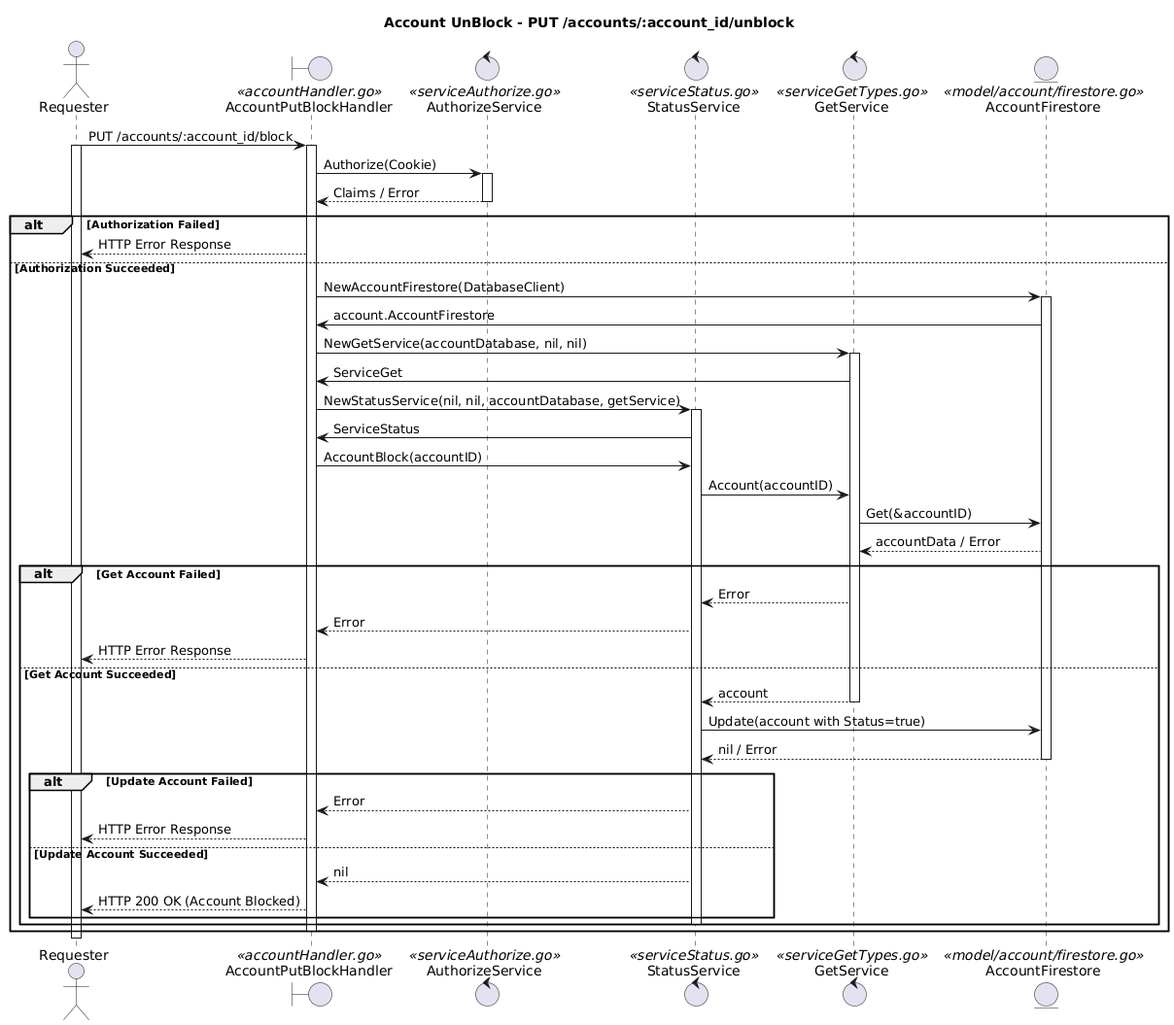
The PlantUML diagram docs/Un(Block)/SequenciaAccountUnblock.png in JulioKobayashiEbury/BankingAPI, before a commit.
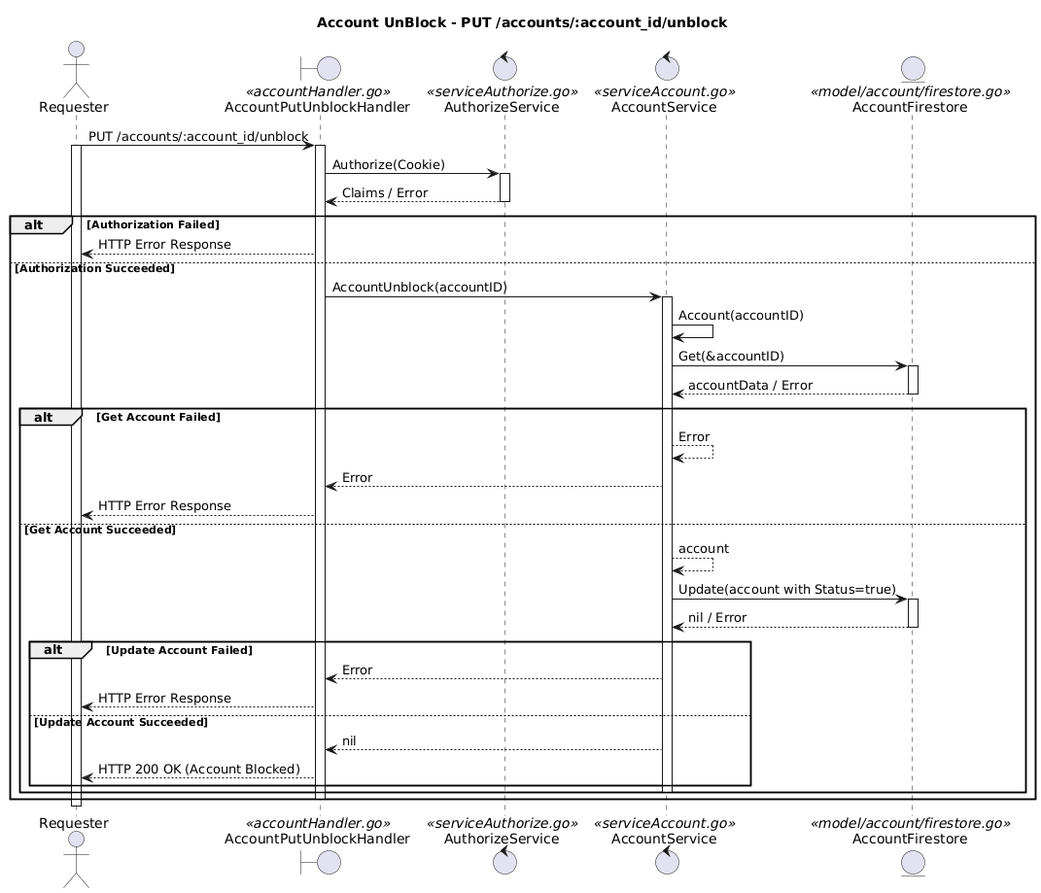
The same diagram one commit later.

Change to the diagram source:
```diff
@@ -2,55 +2,49 @@
 title Account UnBlock - PUT /accounts/:account_id/unblock
 
 actor Requester
-boundary AccountPutBlockHandler <<accountHandler.go>>
+boundary AccountPutUnblockHandler <<accountHandler.go>>
 control AuthorizeService <<serviceAuthorize.go>>
-control StatusService <<serviceStatus.go>>
-control GetService <<serviceGetTypes.go>>
+control AccountService <<serviceAccount.go>>
 entity AccountFirestore <<model/account/firestore.go>>
 
-Requester -> AccountPutBlockHandler : PUT /accounts/:account_id/block
+Requester -> AccountPutUnblockHandler : PUT /accounts/:account_id/unblock
 activate Requester
-activate AccountPutBlockHandler
-AccountPutBlockHandler -> AuthorizeService : Authorize(Cookie)
+activate AccountPutUnblockHandler
+AccountPutUnblockHandler -> AuthorizeService : Authorize(Cookie)
 activate AuthorizeService
-AuthorizeService --> AccountPutBlockHandler : Claims / Error
+AuthorizeService --> AccountPutUnblockHandler : Claims / Error
 deactivate AuthorizeService
 alt Authorization Failed
-    AccountPutBlockHandler --> Requester : HTTP Error Response
+    AccountPutUnblockHandler --> Requester : HTTP Error Response
 else Authorization Succeeded
-    AccountPutBlockHandler -> AccountFirestore : NewAccountFirestore(DatabaseClient)
+
+    AccountPutUnblockHandler -> AccountService : AccountUnblock(accountID)
+    activate AccountService
+    AccountService -> AccountService : Account(accountID)
+    AccountService -> AccountFirestore : Get(&accountID)
     activate AccountFirestore
-    AccountFirestore -> AccountPutBlockHandler : account.AccountFirestore
-    AccountPutBlockHandler -> GetService : NewGetService(accountDatabase, nil, nil)
-    activate GetService
-    GetService -> AccountPutBlockHandler : ServiceGet
-    AccountPutBlockHandler -> StatusService : NewStatusService(nil, nil, accountDatabase, getService)
-    activate StatusService
-    StatusService -> AccountPutBlockHandler : ServiceStatus
-    AccountPutBlockHandler -> StatusService : AccountBlock(accountID)
-    StatusService -> GetService : Account(accountID)
-    GetService -> AccountFirestore : Get(&accountID)
-    AccountFirestore --> GetService : accountData / Error
+    AccountFirestore --> AccountService : accountData / Error
+    deactivate AccountFirestore
     alt Get Account Failed
-        GetService --> StatusService : Error
-        StatusService --> AccountPutBlockHandler : Error
-        AccountPutBlockHandler --> Requester : HTTP Error Response
+        AccountService --> AccountService : Error
+        AccountService --> AccountPutUnblockHandler : Error
+        AccountPutUnblockHandler --> Requester : HTTP Error Response
     else Get Account Succeeded
-        GetService --> StatusService : account
-        deactivate GetService
-        StatusService -> AccountFirestore : Update(account with Status=true)
-        AccountFirestore --> StatusService : nil / Error
+        AccountService --> AccountService : account
+        AccountService -> AccountFirestore : Update(account with Status=true)
+        activate AccountFirestore
+        AccountFirestore --> AccountService : nil / Error
         deactivate AccountFirestore
         alt Update Account Failed
-            StatusService --> AccountPutBlockHandler : Error
-            AccountPutBlockHandler --> Requester : HTTP Error Response
+            AccountService --> AccountPutUnblockHandler : Error
+            AccountPutUnblockHandler --> Requester : HTTP Error Response
         else Update Account Succeeded
-            StatusService --> AccountPutBlockHandler : nil
-            AccountPutBlockHandler --> Requester : HTTP 200 OK (Account Blocked)
+            AccountService --> AccountPutUnblockHandler : nil
+            AccountPutUnblockHandler --> Requester : HTTP 200 OK (Account Blocked)
         end
-        deactivate StatusService
+        deactivate AccountService
     end
-    deactivate AccountPutBlockHandler
+    deactivate AccountPutUnblockHandler
 end
 deactivate Requester
 @enduml
```
